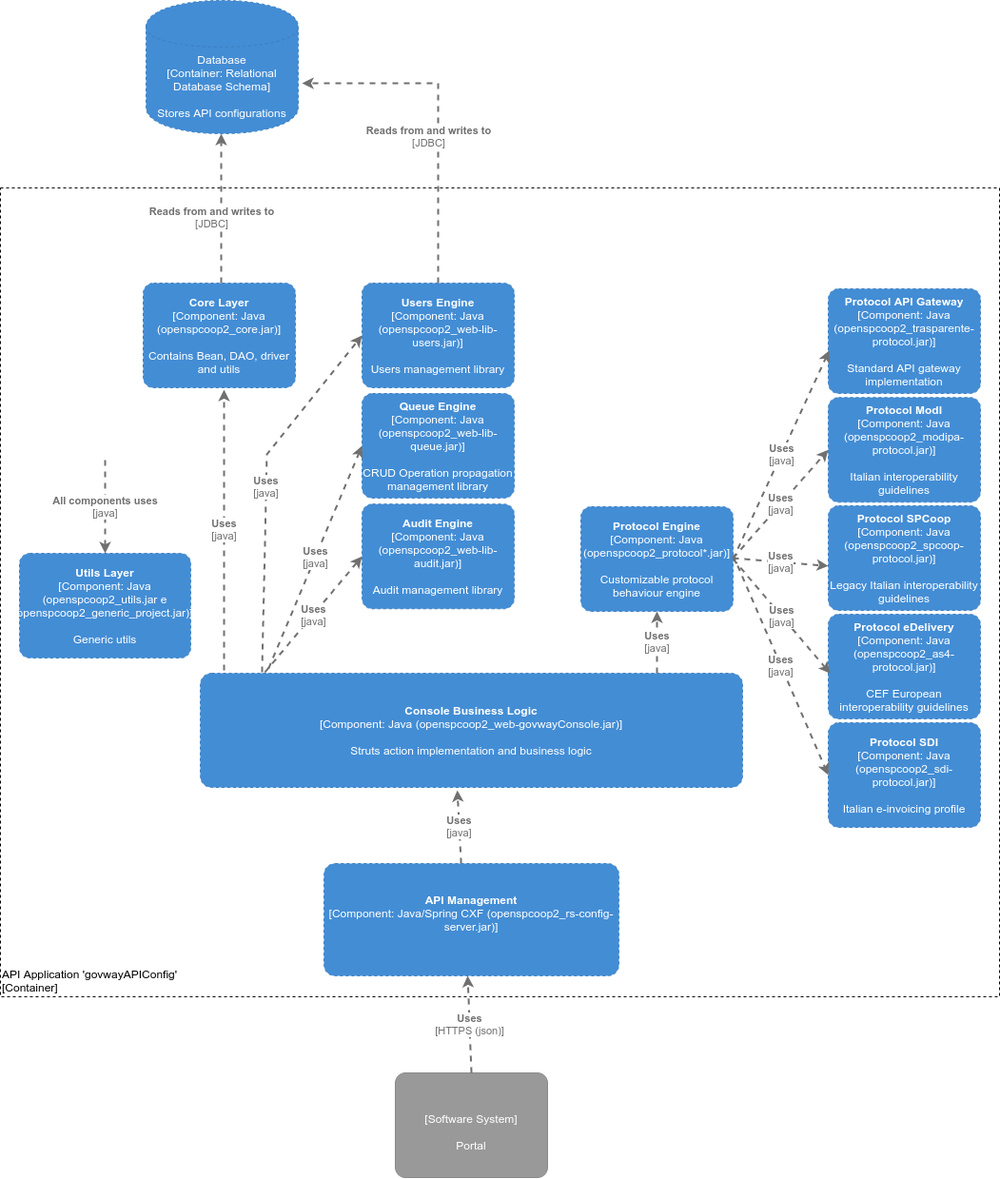
Earlier version of the draw.io export resources/doc/src/c4_architecture/img/c4_architecture-L3-govwayAPIConfig.png (link-it/govway). Source tidied: cells renumbered, new cells last; positions are measured from the earlier drawing's top-left corner, leaving out a move shared by most shapes.
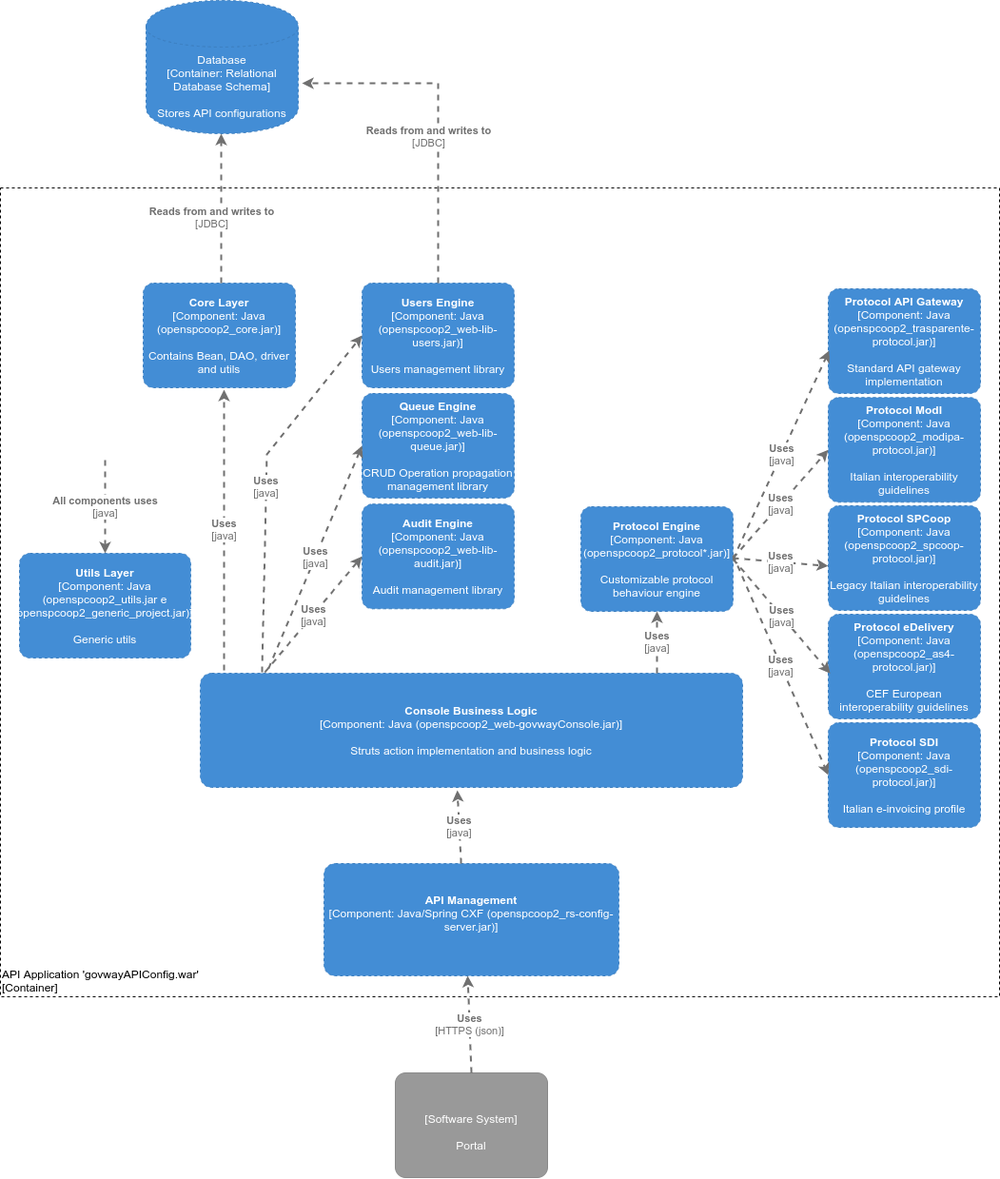
Later version of the same file.

What changed in the source:
```diff
@@ -2,7 +2,7 @@
   <root>
     <mxCell id="0" />
     <mxCell id="1" parent="0" />
-    <object id="2" label="&lt;div style=&quot;text-align: left&quot;&gt;%c4Name%&lt;/div&gt;&lt;div style=&quot;text-align: left&quot;&gt;[%c4Application%]&lt;/div&gt;" c4Application="Container" c4Name="API Application 'govwayAPIConfig'" c4Type="ExecutionEnvironment" placeholders="1">
+    <object id="2" label="&lt;div style=&quot;text-align: left&quot;&gt;%c4Name%&lt;/div&gt;&lt;div style=&quot;text-align: left&quot;&gt;[%c4Application%]&lt;/div&gt;" c4Application="Container" c4Name="API Application 'govwayAPIConfig.war'" c4Type="ExecutionEnvironment" placeholders="1">
       <mxCell style="rounded=0;whiteSpace=wrap;html=1;labelBackgroundColor=none;fillColor=#ffffff;fontColor=#000000;align=left;arcSize=5;strokeColor=#000000;verticalAlign=bottom;metaData={&quot;c4Type&quot;:{&quot;editable&quot;:false}};dashed=1;" parent="1" vertex="1">
         <mxGeometry y="197" width="1050" height="850" as="geometry" />
       </mxCell>
```
